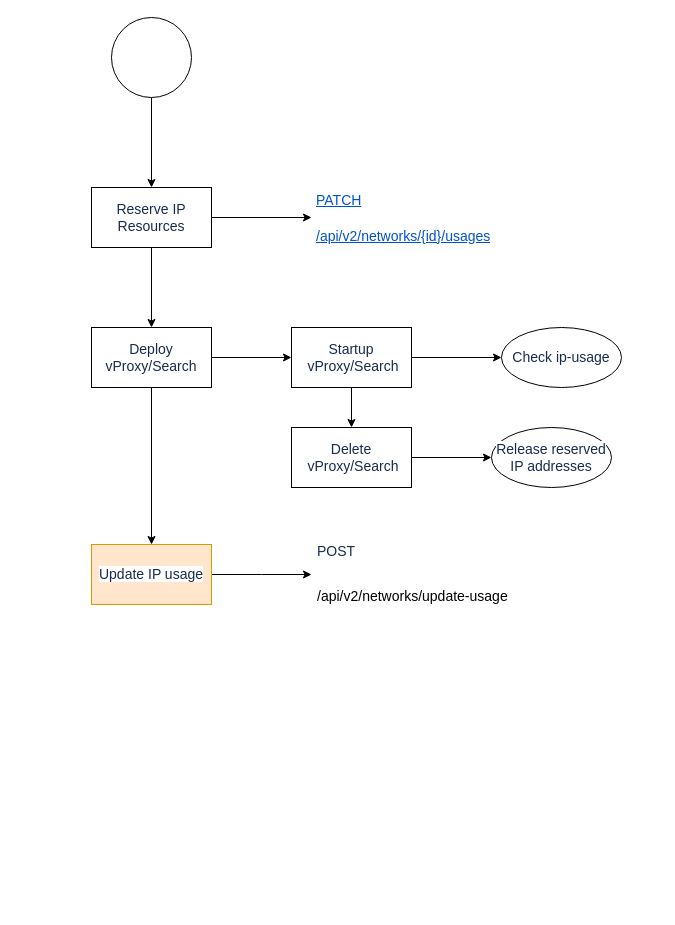
Above: page "VM_Search_deploy" (7 of 10) of VLAN.drawio in gaivin/drawio (draw.io), before the change. Source tidied: cells renumbered, new cells numbered last; positions are measured from the earlier drawing's top-left corner, leaving out a move shared by most shapes. Both pictures are drawn from the tidied source at 100%, with x=0, y=0 at pixel (91, 17).
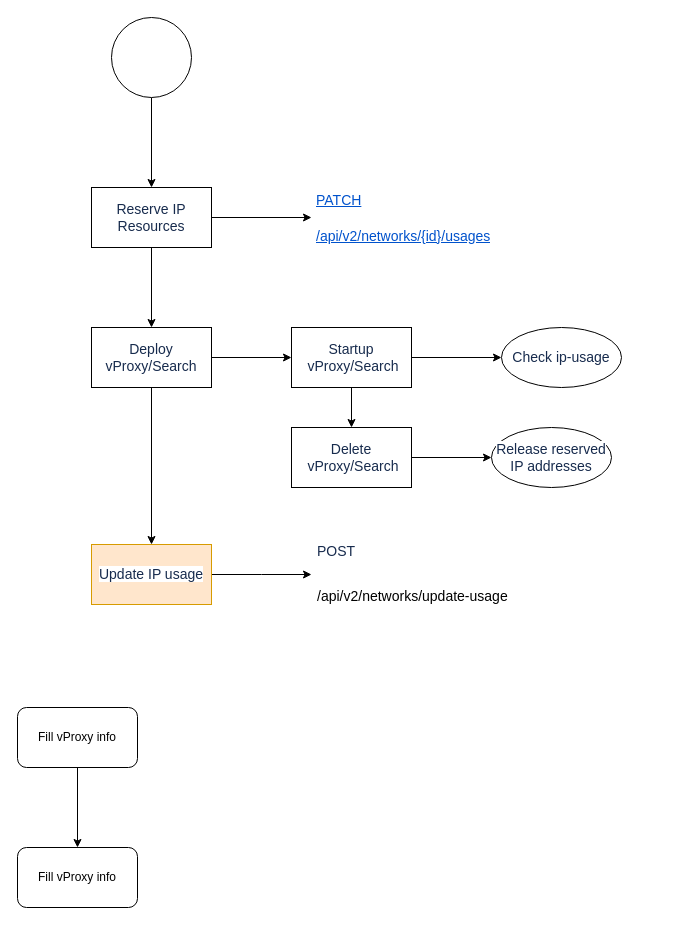
The same page after the edit.

Diff of the diagram source:
```diff
@@
+    <mxCell id="21" style="edgeStyle=orthogonalEdgeStyle;rounded=0;jettySize=auto;html=1;" parent="1" edge="1" source="22" target="23">
+      <mxGeometry relative="1" as="geometry" />
+    </mxCell>
+    <mxCell id="22" value="Fill vProxy info" style="rounded=1;whiteSpace=wrap;html=1;" parent="1" vertex="1">
+      <mxGeometry x="-74" y="690" width="120" height="60" as="geometry" />
+    </mxCell>
+    <mxCell id="23" value="Fill vProxy info" style="rounded=1;whiteSpace=wrap;html=1;" parent="1" vertex="1">
+      <mxGeometry x="-74" y="830" width="120" height="60" as="geometry" />
+    </mxCell>
```
